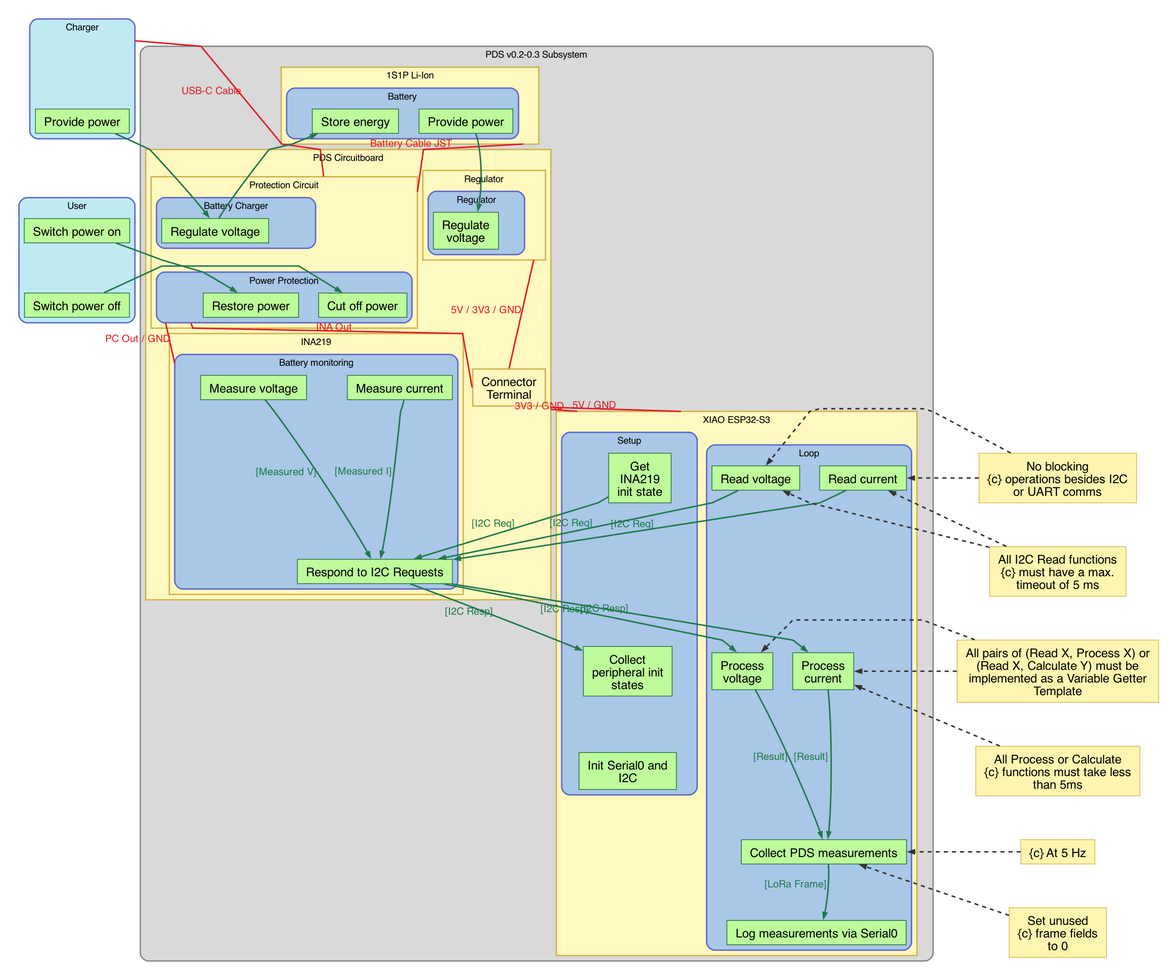
Earlier version of the Graphviz export PDS/PDS_v0.2_dot.png (DeltaLabo/CanSatWorkshop). Its source is kept beside it as PDS/PDS_v0.2.dot.
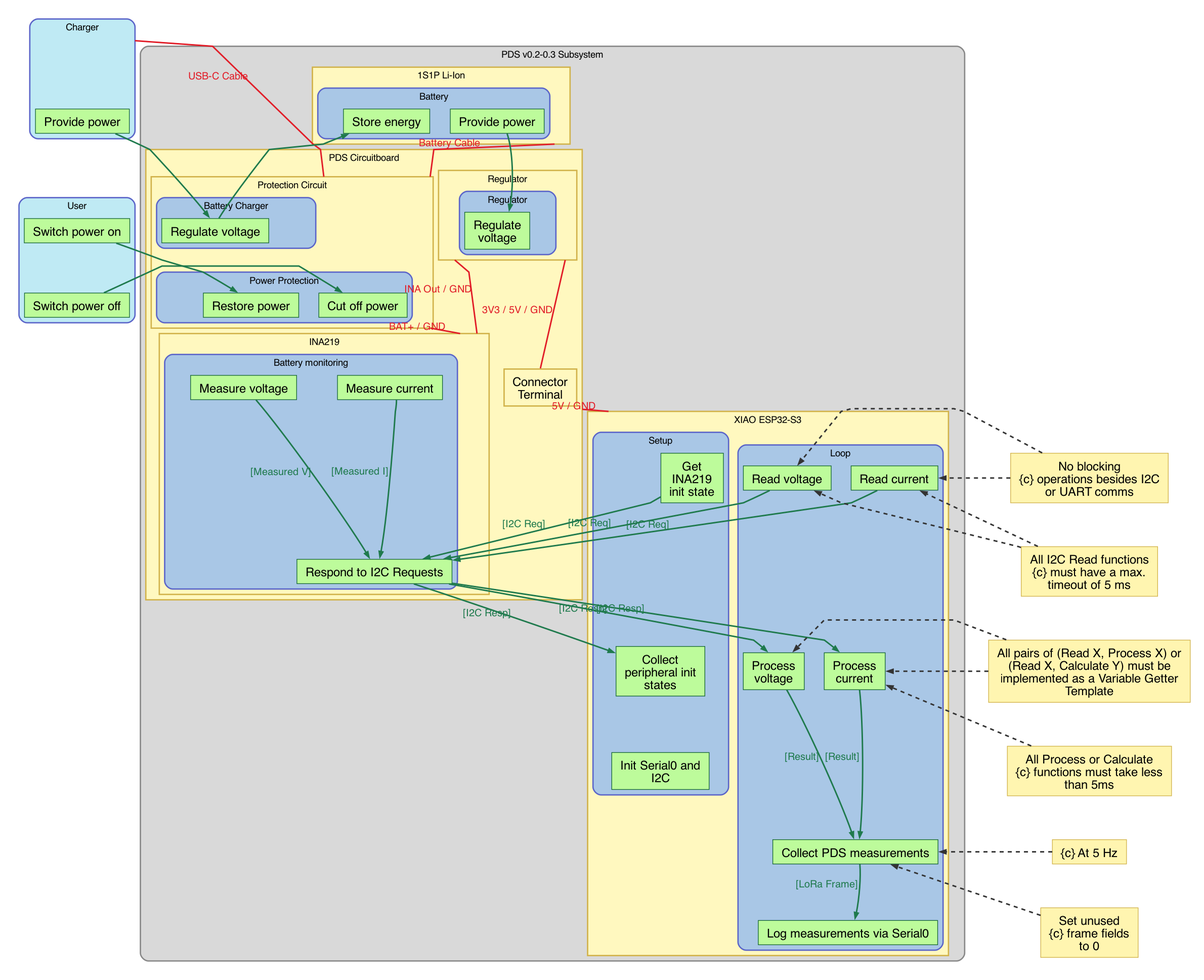
Later version of the same file.

What changed in the source:
```diff
@@ -82,6 +82,7 @@
 
         protection_usb_anchor  [label="", shape=box, width=0.01, height=0.01, fixedsize=true, style=invis, margin=0];
         protection_batt_anchor [label="", shape=box, width=0.01, height=0.01, fixedsize=true, style=invis, margin=0];
+        protection_phys_out    [label="", shape=box, width=0.01, height=0.01, fixedsize=true, style=invis, margin=0];
 
         subgraph cluster_batt_charger {
           label="Battery Charger";
@@ -124,6 +125,7 @@
         color="#D1B24A";
         penwidth=2;
 
+        regulator_phys_in  [label="", shape=box, width=0.01, height=0.01, fixedsize=true, style=invis, margin=0];
         regulator_phys_out [label="", shape=box, width=0.01, height=0.01, fixedsize=true, style=invis, margin=0];
 
         subgraph cluster_regulator {
@@ -148,6 +150,9 @@
         fillcolor="#FFF8BF";
         color="#D1B24A";
         penwidth=2;
+
+        ina_phys_in  [label="", shape=box, width=0.01, height=0.01, fixedsize=true, style=invis, margin=0];
+        ina_phys_out [label="", shape=box, width=0.01, height=0.01, fixedsize=true, style=invis, margin=0];
 
         subgraph cluster_batt_monitoring {
           label="Battery monitoring";
@@ -220,6 +225,7 @@
   protection_usb_anchor -> battchg_usb_in [style=invis, weight=26];
   protection_batt_anchor -> battchg_batt_in [style=invis, weight=26];
   charger_reg -> restore_power [style=invis, weight=15];
+  protection_phys_out -> restore_power [style=invis, weight=20];
   protection_pc_out -> restore_power [style=invis, weight=20];
   protection_ina_out -> restore_power [style=invis, weight=18];
   restore_power -> cut_off_power [style=invis, weight=15];
@@ -231,9 +237,12 @@
   restore_power -> ina_measure_v [style=invis, weight=55];
   regulate_voltage -> ina_measure_i [style=invis, weight=55];
   regulate_voltage -> regulator_out [style=invis, weight=18];
+  regulator_phys_in -> regulator_out [style=invis, weight=20];
   regulator_phys_out -> regulator_out [style=invis, weight=24];
   regulator_out -> connector_terminal [style=invis, weight=42];
   connector_terminal -> ina_respond [style=invis, weight=55];
+  ina_phys_in -> ina_measure_v [style=invis, weight=18];
+  ina_phys_out -> ina_respond [style=invis, weight=18];
   ina_power_in -> ina_measure_v [style=invis, weight=18];
   ina_signal_in -> ina_measure_i [style=invis, weight=18];
   xiao_i2c_port -> xiao_get_init [style=invis, weight=18];
@@ -261,9 +270,9 @@
   note_5hz -> note_zero [style=invis, weight=10];
 
   { rank=same; battpack_jst; battery_jst; batt_store; batt_provide; }
-  { rank=same; protection_usb_anchor; battchg_usb_in; protection_batt_anchor; battchg_batt_in; charger_reg; regulate_voltage; regulator_out; regulator_phys_out; }
-  { rank=same; restore_power; cut_off_power; protection_pc_out; protection_ina_out; }
-  { rank=same; ina_power_in; ina_measure_v; ina_measure_i; connector_terminal; ina_signal_in; }
+  { rank=same; protection_usb_anchor; battchg_usb_in; protection_batt_anchor; battchg_batt_in; charger_reg; regulate_voltage; regulator_phys_in; regulator_out; regulator_phys_out; }
+  { rank=same; restore_power; cut_off_power; protection_phys_out; protection_pc_out; protection_ina_out; }
+  { rank=same; ina_phys_in; ina_power_in; ina_measure_v; ina_measure_i; connector_terminal; ina_signal_in; ina_phys_out; }
   { rank=same; xiao_i2c_port; xiao_pwr_3v3; xiao_pwr_5v; xiao_get_init; xiao_read_v; xiao_read_i; note_nb; }
   { rank=same; xiao_process_v; xiao_process_i; note_vgt; }
   { rank=same; xiao_collect; note_5hz; }
@@ -272,6 +281,8 @@
   charger_power -> charger_reg [style=invis, weight=80];
   battpack_jst -> protection_batt_anchor [style=invis, weight=50];
   batt_store -> charger_reg [style=invis, weight=65];
+  protection_phys_out -> ina_phys_in [style=invis, weight=95];
+  ina_phys_out -> regulator_phys_in [style=invis, weight=90];
   batt_provide -> regulate_voltage [style=invis, weight=90];
   connector_terminal -> xiao_pwr_3v3 [style=invis, weight=115];
   connector_terminal -> xiao_pwr_5v [style=invis, weight=115];
@@ -312,7 +323,7 @@
     headport=w
   ];
   battpack_jst -> protection_batt_anchor [
-    xlabel="Battery Cable JST",
+    xlabel="Battery Cable",
     color="#E11D28",
     fontcolor="#E11D28",
     ltail=cluster_battpack,
@@ -323,48 +334,40 @@
     tailport=s,
     headport=n
   ];
-  protection_pc_out -> ina_power_in [
-    xlabel="PC Out / GND",
+  protection_phys_out -> ina_phys_in [
+    xlabel="BAT+ / GND",
     color="#E11D28",
     fontcolor="#E11D28",
-    ltail=cluster_power_protection,
-    lhead=cluster_batt_monitoring,
-    constraint=false,
-    dir=none,
-    tailport=s,
-    headport=nw
-  ];
-  protection_ina_out -> connector_terminal [
-    xlabel="INA Out",
-    color="#E11D28",
-    fontcolor="#E11D28",
-    ltail=cluster_power_protection,
-    constraint=false,
-    dir=none,
-    tailport=e,
-    headport=w
-  ];
-  regulator_phys_out -> connector_terminal [
-    xlabel="5V / 3V3 / GND",
-    color="#E11D28",
-    fontcolor="#E11D28",
-    ltail=cluster_regulator_block,
-    constraint=false,
-    dir=none,
-    tailport=s,
-    headport=n
-  ];
-  connector_terminal -> xiao_pwr_3v3 [
-    xlabel="3V3 / GND",
-    color="#E11D28",
-    fontcolor="#E11D28",
-    ltail=cluster_board,
-    lhead=cluster_xiao,
+    ltail=cluster_protection,
+    lhead=cluster_ina219,
     constraint=false,
     minlen=1,
     dir=none,
     tailport=s,
     headport=nw
+  ];
+  ina_phys_out -> regulator_phys_in [
+    xlabel="INA Out / GND",
+    color="#E11D28",
+    fontcolor="#E11D28",
+    ltail=cluster_ina219,
+    lhead=cluster_regulator_block,
+    constraint=false,
+    minlen=1,
+    dir=none,
+    tailport=ne,
+    headport=sw
+  ];
+  regulator_phys_out -> connector_terminal [
+    xlabel="3V3 / 5V / GND",
+    color="#E11D28",
+    fontcolor="#E11D28",
+    ltail=cluster_regulator_block,
+    constraint=false,
+    minlen=1,
+    dir=none,
+    tailport=se,
+    headport=n
   ];
   connector_terminal -> xiao_pwr_5v [
     xlabel="5V / GND",
```
